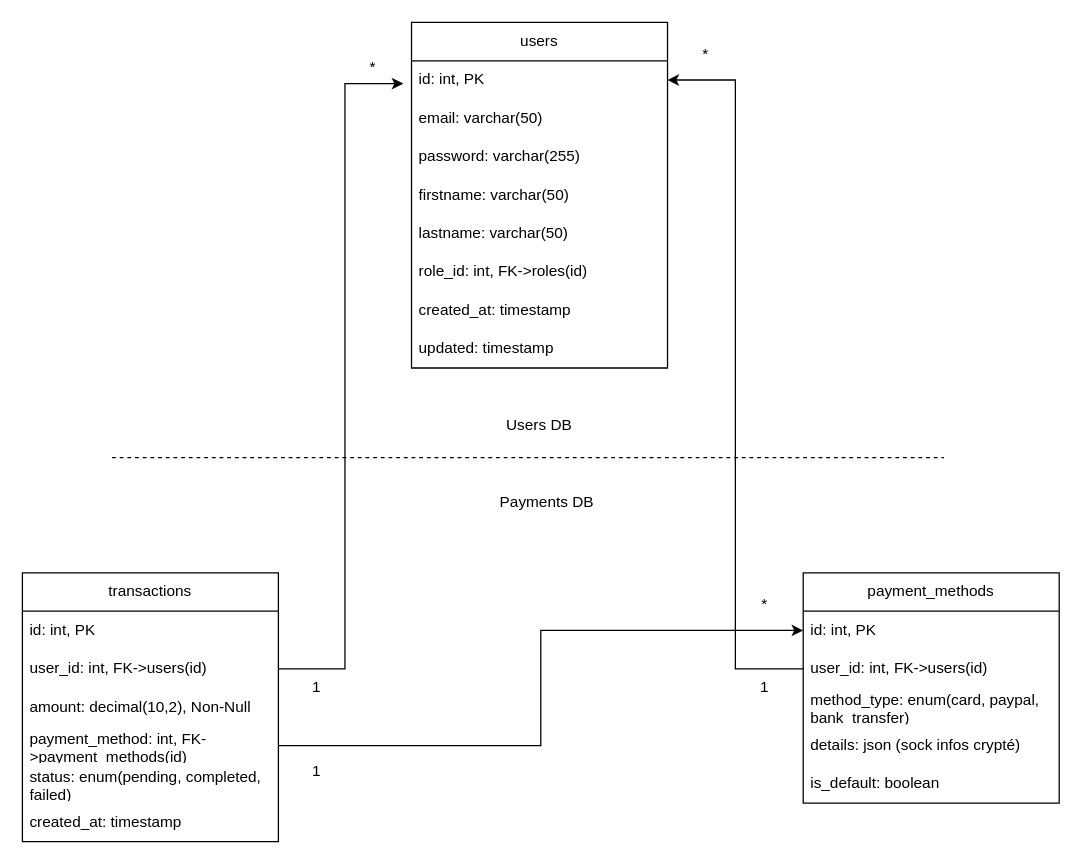
TBERT31/P13-YourCarYourWay_MessageApp_JavaAngular keeps this draw.io diagram as MS_Payment.drawio. Above is the earlier version. Source tidied: cells renumbered, new cells numbered last; positions are measured from the earlier drawing's top-left corner, leaving out a move shared by most shapes. Both pictures are drawn from the tidied source at 128%, with x=0, y=0 at pixel (22, 22).
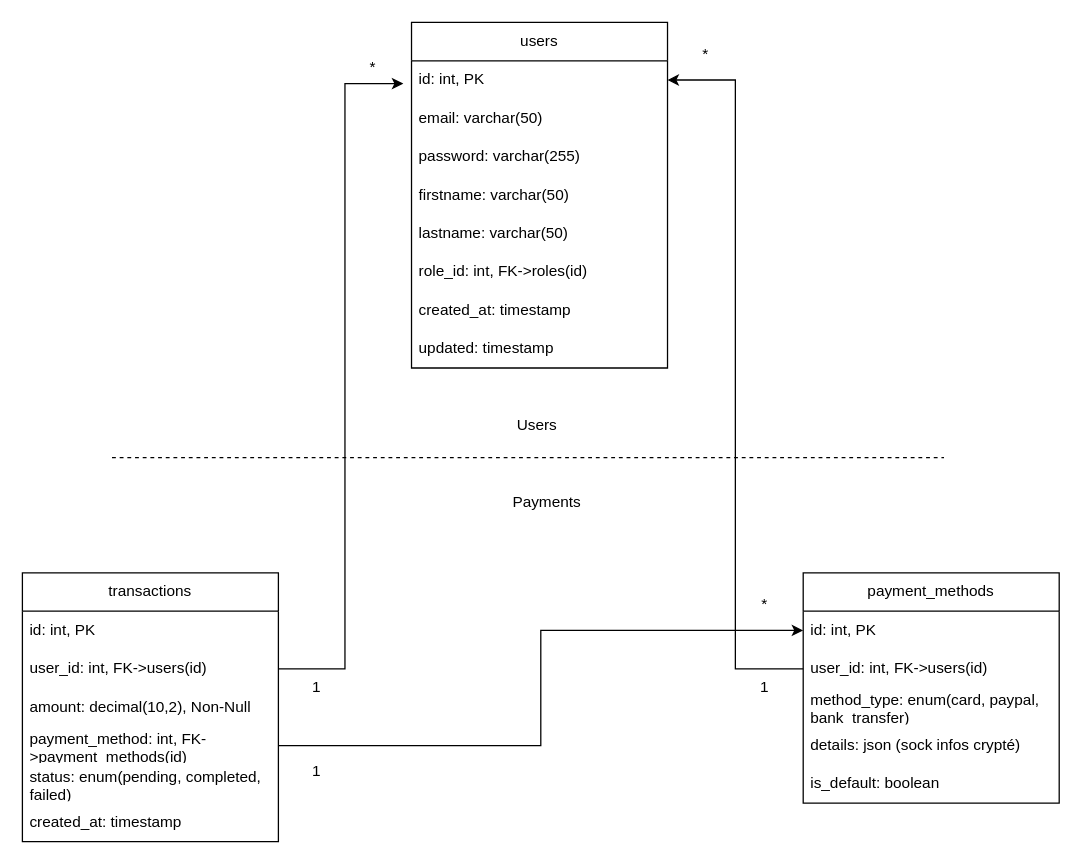
The same page after the edit.

Commit message:
Mettre à jour MS_Payment.drawio

What changed in the source:
```diff
@@
-    <mxCell id="31" value="Payments DB" style="text;html=1;align=center;verticalAlign=middle;whiteSpace=wrap;rounded=0;" parent="1" vertex="1">
+    <mxCell id="31" value="Payments" style="text;html=1;align=center;verticalAlign=middle;whiteSpace=wrap;rounded=0;" parent="1" vertex="1">
       <mxGeometry x="360" y="360" width="100" height="30" as="geometry" />
     </mxCell>
-    <mxCell id="32" value="Users DB" style="text;html=1;align=center;verticalAlign=middle;whiteSpace=wrap;rounded=0;" parent="1" vertex="1">
+    <mxCell id="32" value="Users&amp;nbsp;" style="text;html=1;align=center;verticalAlign=middle;whiteSpace=wrap;rounded=0;" parent="1" vertex="1">
       <mxGeometry x="354" y="300" width="100" height="30" as="geometry" />
     </mxCell>
```
